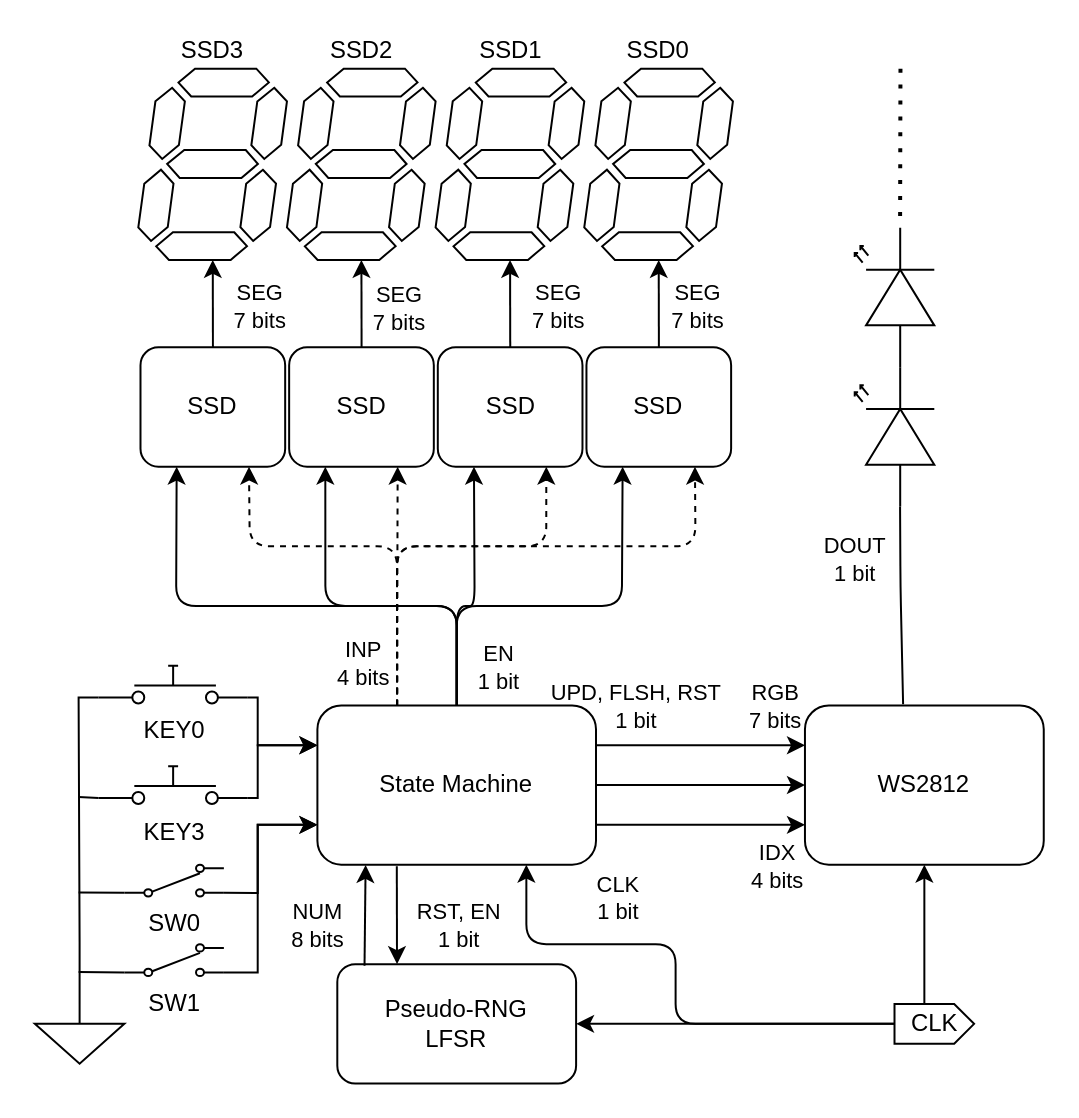
Before: page "Structure" (1 of 2) of examples/reaction_meter/doc/Diagrams.drawio in JVKran/Response-Time-Game, a draw.io diagram. Source tidied: cells renumbered, new cells numbered last; positions are measured from the earlier drawing's top-left corner, leaving out a move shared by most shapes. Both pictures are drawn from the tidied source at 199%, with x=0, y=0 at pixel (34, 68).
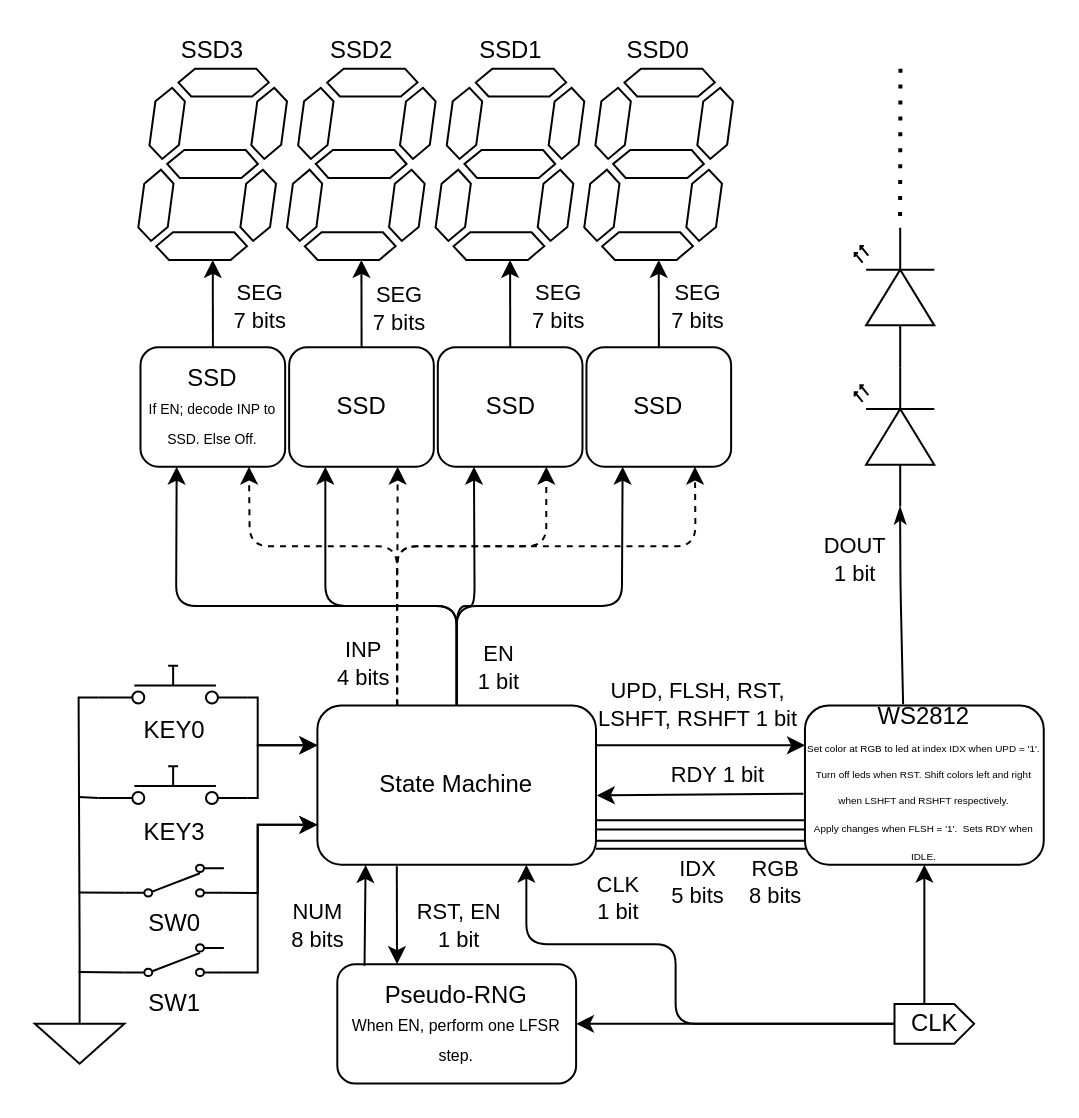
Above is the later version.

Unchanged cells that the change refers to:
```xml
<mxCell id="36" style="verticalLabelPosition=bottom;shadow=0;dashed=0;align=center;html=1;verticalAlign=top;shape=mxgraph.electrical.opto_electronics.led_2;direction=north;" parent="1" vertex="1">
  <mxGeometry x="412" y="150" width="40" height="70" as="geometry" />
</mxCell>
<mxCell id="52" value="State Machine" style="rounded=1;whiteSpace=wrap;html=1;" parent="1" vertex="1">
  <mxGeometry x="142" y="320" width="140" height="80" as="geometry" />
</mxCell>
```

The edit, as a diff of the source:
```diff
@@
-    <mxCell id="18" value="SSD" style="rounded=1;whiteSpace=wrap;html=1;" parent="1" vertex="1">
+    <mxCell id="18" value="SSD&lt;br&gt;&lt;font style=&quot;font-size: 7px&quot;&gt;If EN; decode INP to SSD. Else Off.&lt;/font&gt;" style="rounded=1;whiteSpace=wrap;html=1;" parent="1" vertex="1">
       <mxGeometry x="53.1" y="140" width="72.7" height="60" as="geometry" />
     </mxCell>
@@
-    <mxCell id="32" value="Pseudo-RNG&lt;br&gt;LFSR" style="rounded=1;whiteSpace=wrap;html=1;" parent="1" vertex="1">
+    <mxCell id="32" value="Pseudo-RNG&lt;br&gt;&lt;font style=&quot;font-size: 8px&quot;&gt;When EN, perform one LFSR step.&lt;/font&gt;" style="rounded=1;whiteSpace=wrap;html=1;" parent="1" vertex="1">
       <mxGeometry x="152" y="450" width="120" height="60" as="geometry" />
     </mxCell>
@@
-    <mxCell id="35" value="WS2812" style="rounded=1;whiteSpace=wrap;html=1;" parent="1" vertex="1">
+    <mxCell id="35" value="WS2812&lt;br&gt;&lt;div style=&quot;font-size: 11px&quot;&gt;&lt;span&gt;&lt;font style=&quot;font-size: 5px&quot;&gt;Set color at RGB to led at index IDX when UPD = '1'. Turn off leds when RST. Shift colors left and right when LSHFT and RSHFT respectively.&lt;/font&gt;&lt;/span&gt;&lt;/div&gt;&lt;span style=&quot;font-size: 5px&quot;&gt;Apply changes when FLSH = '1'.&amp;nbsp; Sets RDY when IDLE.&lt;/span&gt;" style="rounded=1;whiteSpace=wrap;html=1;" parent="1" vertex="1">
       <mxGeometry x="387" y="320" width="120" height="80" as="geometry" />
     </mxCell>
@@
-    <mxCell id="38" style="endArrow=none;html=1;entryX=0;entryY=0.57;entryDx=0;entryDy=0;entryPerimeter=0;exitX=0.411;exitY=-0.007;exitDx=0;exitDy=0;endFill=0;exitPerimeter=0;" parent="1" edge="1" source="35" target="36">
+    <mxCell id="38" style="endArrow=classicThin;html=1;entryX=0;entryY=0.57;entryDx=0;entryDy=0;entryPerimeter=0;exitX=0.411;exitY=-0.007;exitDx=0;exitDy=0;endFill=1;exitPerimeter=0;startArrow=none;startFill=0;" parent="1" edge="1" source="35" target="36">
       <mxGeometry relative="1" as="geometry">
         <Array as="points">
           <mxPoint x="435" y="260" />
         </Array>
       </mxGeometry>
     </mxCell>
@@
-    <mxCell id="40" style="endArrow=classic;html=1;entryX=0;entryY=0.25;entryDx=0;entryDy=0;exitX=1;exitY=0.25;exitDx=0;exitDy=0;" parent="1" edge="1" source="52" target="35">
-      <mxGeometry relative="1" as="geometry" />
-    </mxCell>
-    <mxCell id="41" value="RGB&lt;br&gt;7 bits" style="edgeLabel;html=1;align=center;verticalAlign=middle;" parent="40" vertex="1">
-      <mxGeometry x="-0.5" y="1" relative="1" as="geometry">
-        <mxPoint x="63.3" y="-19" as="offset" />
-      </mxGeometry>
-    </mxCell>
-    <mxCell id="42" style="endArrow=classic;html=1;entryX=0;entryY=0.75;entryDx=0;entryDy=0;exitX=1;exitY=0.75;exitDx=0;exitDy=0;" parent="1" edge="1" source="52" target="35">
-      <mxGeometry relative="1" as="geometry">
-        <Array as="points">
-          <mxPoint x="342" y="380" />
-        </Array>
-      </mxGeometry>
-    </mxCell>
-    <mxCell id="43" value="IDX&lt;br&gt;4 bits" style="edgeLabel;html=1;align=center;verticalAlign=middle;" parent="42" vertex="1">
-      <mxGeometry x="-0.45" y="2" relative="1" as="geometry">
-        <mxPoint x="61" y="22" as="offset" />
-      </mxGeometry>
-    </mxCell>
-    <mxCell id="44" style="endArrow=classic;html=1;exitX=1;exitY=0.5;exitDx=0;exitDy=0;entryX=0;entryY=0.5;entryDx=0;entryDy=0;" parent="1" edge="1" source="52" target="35">
-      <mxGeometry relative="1" as="geometry" />
-    </mxCell>
-    <mxCell id="45" value="UPD, FLSH, RST&lt;br&gt;1 bit" style="edgeLabel;html=1;align=center;verticalAlign=middle;" parent="44" vertex="1">
-      <mxGeometry x="-0.29" relative="1" as="geometry">
-        <mxPoint x="-17.6" y="-40" as="offset" />
-      </mxGeometry>
-    </mxCell>
@@
+    <mxCell id="64" style="shape=link;html=1;entryX=0.003;entryY=0.875;entryDx=0;entryDy=0;entryPerimeter=0;" parent="1" edge="1" target="35">
+      <mxGeometry relative="1" as="geometry">
+        <mxPoint x="282" y="390" as="sourcePoint" />
+      </mxGeometry>
+    </mxCell>
+    <mxCell id="65" value="RGB&lt;br&gt;8 bits" style="edgeLabel;html=1;align=center;verticalAlign=middle;" parent="64" vertex="1">
+      <mxGeometry x="0.08" y="-2" relative="1" as="geometry">
+        <mxPoint x="32.8" y="16" as="offset" />
+      </mxGeometry>
+    </mxCell>
+    <mxCell id="66" style="shape=link;html=1;entryX=0.003;entryY=0.875;entryDx=0;entryDy=0;entryPerimeter=0;width=-4.630872483221476;" parent="1" edge="1">
+      <mxGeometry relative="1" as="geometry">
+        <mxPoint x="282" y="380" as="sourcePoint" />
+        <mxPoint x="387.4" y="380" as="targetPoint" />
+      </mxGeometry>
+    </mxCell>
+    <mxCell id="67" value="IDX&lt;br&gt;5 bits" style="edgeLabel;html=1;align=center;verticalAlign=middle;" parent="66" vertex="1">
+      <mxGeometry x="0.08" y="-2" relative="1" as="geometry">
+        <mxPoint x="-7" y="26" as="offset" />
+      </mxGeometry>
+    </mxCell>
+    <mxCell id="68" style="endArrow=classic;html=1;entryX=1.003;entryY=0.565;entryDx=0;entryDy=0;entryPerimeter=0;exitX=-0.006;exitY=0.554;exitDx=0;exitDy=0;exitPerimeter=0;" parent="1" edge="1" source="35" target="52">
+      <mxGeometry relative="1" as="geometry" />
+    </mxCell>
+    <mxCell id="69" value="RDY 1 bit" style="edgeLabel;html=1;align=center;verticalAlign=middle;" parent="68" vertex="1">
+      <mxGeometry x="0.53" relative="1" as="geometry">
+        <mxPoint x="35.1" y="-10.9" as="offset" />
+      </mxGeometry>
+    </mxCell>
+    <mxCell id="70" style="endArrow=classic;html=1;exitX=1;exitY=0.25;exitDx=0;exitDy=0;entryX=0;entryY=0.25;entryDx=0;entryDy=0;" parent="1" edge="1" source="52" target="35">
+      <mxGeometry relative="1" as="geometry" />
+    </mxCell>
+    <mxCell id="71" value="UPD, FLSH, RST, &lt;br&gt;LSHFT, RSHFT 1 bit" style="edgeLabel;html=1;align=center;verticalAlign=middle;" parent="70" vertex="1">
+      <mxGeometry x="-0.35" y="1" relative="1" as="geometry">
+        <mxPoint x="16.5" y="-20" as="offset" />
+      </mxGeometry>
+    </mxCell>
```
